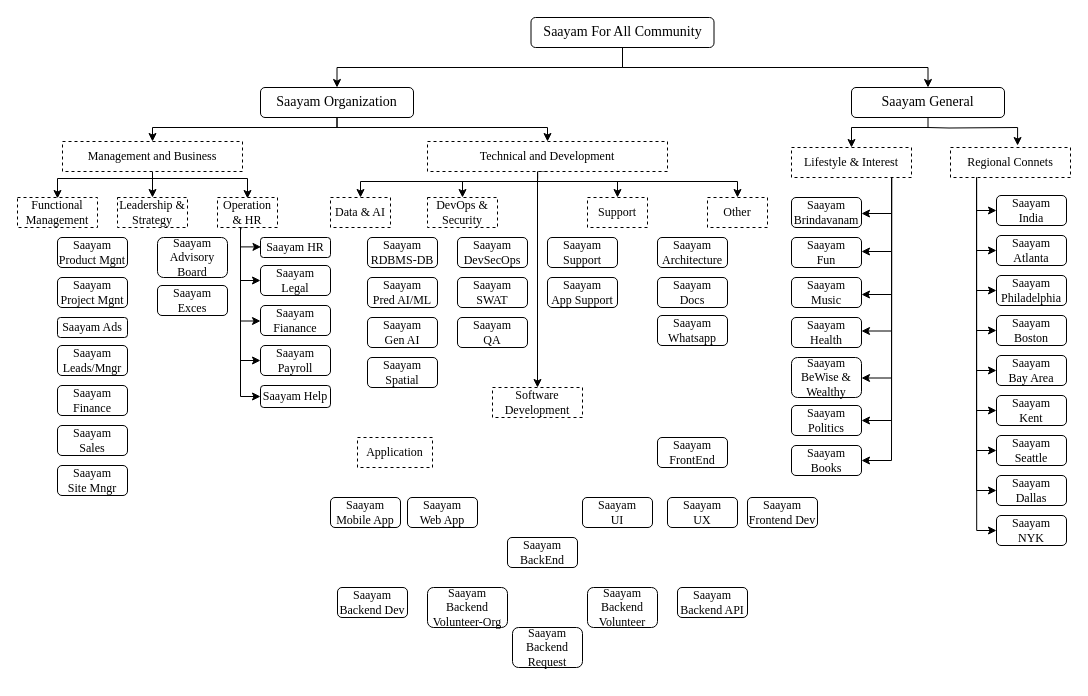
Before: Saayam.drawio in PallaviChitrada10/PallaviChitrada, a draw.io diagram. Source tidied: cells renumbered, new cells numbered last; positions are measured from the earlier drawing's top-left corner, leaving out a move shared by most shapes. Both pictures are drawn from the tidied source at 100%, with x=0, y=0 at pixel (17, 17).
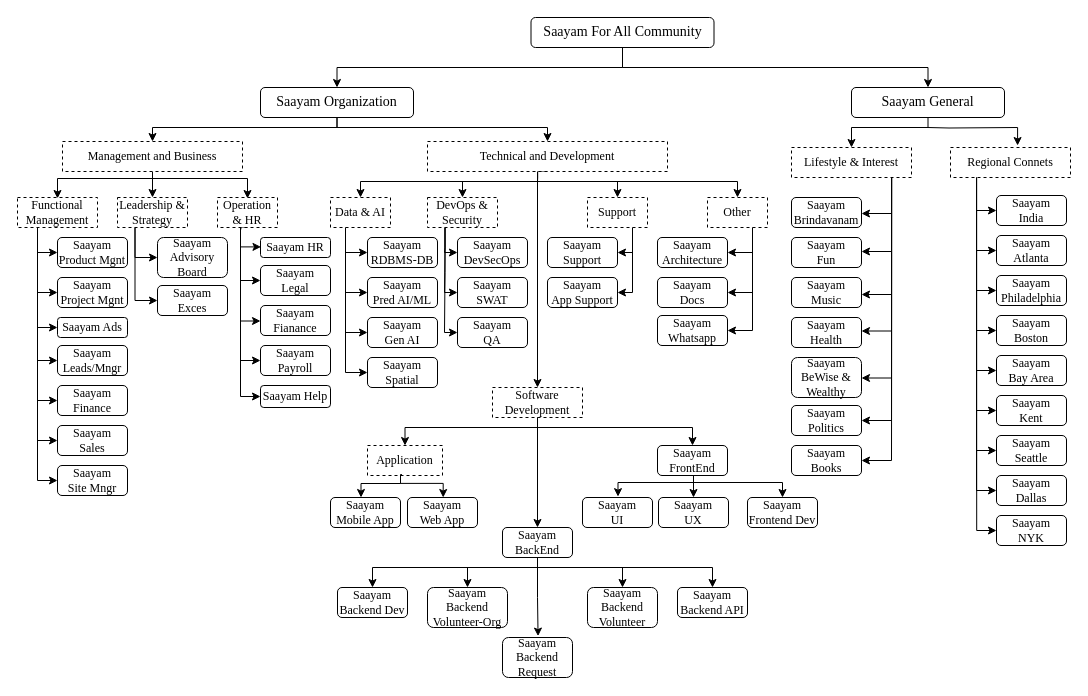
After the change.

Unchanged cells that the change refers to:
```xml
<mxCell id="13" value="Leadership &amp;amp; Strategy" style="text;html=1;align=center;verticalAlign=middle;whiteSpace=wrap;rounded=0;fontFamily=Times New Roman;labelBackgroundColor=none;fillColor=default;strokeColor=default;dashed=1;" parent="1" vertex="1">
<mxCell id="19" value="Functional Management" style="text;html=1;align=center;verticalAlign=middle;whiteSpace=wrap;rounded=0;fontFamily=Times New Roman;labelBackgroundColor=none;fillColor=default;strokeColor=default;dashed=1;" parent="1" vertex="1">
<mxCell id="20" value="Saayam&lt;br&gt;Product Mgnt" style="rounded=1;whiteSpace=wrap;html=1;fontFamily=Times New Roman;labelBackgroundColor=none;" parent="1" vertex="1">
<mxCell id="21" value="Saayam&lt;br&gt;Project Mgnt" style="rounded=1;whiteSpace=wrap;html=1;fontFamily=Times New Roman;labelBackgroundColor=none;" parent="1" vertex="1">
<mxCell id="22" value="Saayam Ads" style="rounded=1;whiteSpace=wrap;html=1;fontFamily=Times New Roman;labelBackgroundColor=none;" parent="1" vertex="1">
<mxCell id="23" value="Saayam&lt;br&gt;Leads/Mngr" style="rounded=1;whiteSpace=wrap;html=1;fontFamily=Times New Roman;labelBackgroundColor=none;" parent="1" vertex="1">
<mxCell id="24" value="Saayam&lt;br&gt;Finance" style="rounded=1;whiteSpace=wrap;html=1;fontFamily=Times New Roman;labelBackgroundColor=none;" parent="1" vertex="1">
<mxCell id="25" value="Saayam&lt;br&gt;Sales" style="rounded=1;whiteSpace=wrap;html=1;fontFamily=Times New Roman;labelBackgroundColor=none;" parent="1" vertex="1">
<mxCell id="26" value="Saayam&lt;br&gt;Site Mngr" style="rounded=1;whiteSpace=wrap;html=1;fontFamily=Times New Roman;labelBackgroundColor=none;" parent="1" vertex="1">
<mxCell id="27" value="Saayam&lt;br&gt;Advisory Board" style="rounded=1;whiteSpace=wrap;html=1;fontFamily=Times New Roman;labelBackgroundColor=none;" parent="1" vertex="1">
<mxCell id="29" value="Saayam&lt;br&gt;Exces" style="rounded=1;whiteSpace=wrap;html=1;fontFamily=Times New Roman;labelBackgroundColor=none;" parent="1" vertex="1">
<mxCell id="40" value="Saayam&lt;br&gt;Pred AI/ML" style="rounded=1;whiteSpace=wrap;html=1;fontFamily=Times New Roman;labelBackgroundColor=none;" parent="1" vertex="1">
<mxCell id="41" value="Saayam&lt;br&gt;Gen AI" style="rounded=1;whiteSpace=wrap;html=1;fontFamily=Times New Roman;labelBackgroundColor=none;" parent="1" vertex="1">
<mxCell id="42" value="Data &amp;amp; AI" style="text;html=1;align=center;verticalAlign=middle;whiteSpace=wrap;rounded=0;fontFamily=Times New Roman;labelBackgroundColor=none;fillColor=default;strokeColor=default;dashed=1;" parent="1" vertex="1">
<mxCell id="43" value="Other" style="text;html=1;align=center;verticalAlign=middle;whiteSpace=wrap;rounded=0;fontFamily=Times New Roman;labelBackgroundColor=none;fillColor=default;strokeColor=default;dashed=1;" parent="1" vertex="1">
<mxCell id="44" value="DevOps &amp;amp; Security" style="text;html=1;align=center;verticalAlign=middle;whiteSpace=wrap;rounded=0;fontFamily=Times New Roman;labelBackgroundColor=none;fillColor=default;strokeColor=default;dashed=1;" parent="1" vertex="1">
<mxCell id="45" value="Support" style="text;html=1;align=center;verticalAlign=middle;whiteSpace=wrap;rounded=0;fontFamily=Times New Roman;labelBackgroundColor=none;fillColor=default;strokeColor=default;dashed=1;" parent="1" vertex="1">
<mxCell id="46" value="Saayam&lt;br&gt;Spatial" style="rounded=1;whiteSpace=wrap;html=1;fontFamily=Times New Roman;labelBackgroundColor=none;" parent="1" vertex="1">
<mxCell id="47" value="Saayam&lt;br&gt;DevSecOps" style="rounded=1;whiteSpace=wrap;html=1;fontFamily=Times New Roman;labelBackgroundColor=none;" parent="1" vertex="1">
<mxCell id="48" value="Saayam&lt;br&gt;SWAT" style="rounded=1;whiteSpace=wrap;html=1;fontFamily=Times New Roman;labelBackgroundColor=none;" parent="1" vertex="1">
<mxCell id="49" value="Saayam&lt;br&gt;QA" style="rounded=1;whiteSpace=wrap;html=1;fontFamily=Times New Roman;labelBackgroundColor=none;" parent="1" vertex="1">
<mxCell id="50" value="Saayam&lt;br&gt;Support" style="rounded=1;whiteSpace=wrap;html=1;fontFamily=Times New Roman;labelBackgroundColor=none;" parent="1" vertex="1">
<mxCell id="51" value="Saayam&lt;br&gt;App Support" style="rounded=1;whiteSpace=wrap;html=1;fontFamily=Times New Roman;labelBackgroundColor=none;" parent="1" vertex="1">
<mxCell id="52" value="Saayam&lt;br&gt;Architecture" style="rounded=1;whiteSpace=wrap;html=1;fontFamily=Times New Roman;labelBackgroundColor=none;" parent="1" vertex="1">
<mxCell id="53" value="Saayam&lt;br&gt;Docs" style="rounded=1;whiteSpace=wrap;html=1;fontFamily=Times New Roman;labelBackgroundColor=none;" parent="1" vertex="1">
<mxCell id="54" value="Software Development" style="text;html=1;align=center;verticalAlign=middle;whiteSpace=wrap;rounded=0;fontFamily=Times New Roman;labelBackgroundColor=none;fillColor=default;strokeColor=default;dashed=1;" parent="1" vertex="1">
<mxCell id="61" value="Saayam&lt;br&gt;Backend Volunteer-Org" style="rounded=1;whiteSpace=wrap;html=1;fontFamily=Times New Roman;labelBackgroundColor=none;" parent="1" vertex="1">
<mxCell id="63" value="Saayam&lt;br&gt;Backend Volunteer" style="rounded=1;whiteSpace=wrap;html=1;fontFamily=Times New Roman;labelBackgroundColor=none;" parent="1" vertex="1">
<mxCell id="64" value="Saayam&lt;br&gt;Backend API" style="rounded=1;whiteSpace=wrap;html=1;fontFamily=Times New Roman;labelBackgroundColor=none;" parent="1" vertex="1">
<mxCell id="65" value="Saayam&lt;br&gt;UI" style="rounded=1;whiteSpace=wrap;html=1;fontFamily=Times New Roman;labelBackgroundColor=none;" parent="1" vertex="1">
<mxCell id="67" value="Saayam&lt;br&gt;Frontend Dev" style="rounded=1;whiteSpace=wrap;html=1;fontFamily=Times New Roman;labelBackgroundColor=none;" parent="1" vertex="1">
<mxCell id="96" value="Saayam&lt;br&gt;Whatsapp" style="rounded=1;whiteSpace=wrap;html=1;fontFamily=Times New Roman;labelBackgroundColor=none;" parent="1" vertex="1">
```

Change to the diagram source:
```diff
@@
+    <mxCell id="107" style="edgeStyle=orthogonalEdgeStyle;rounded=0;jettySize=auto;html=1;exitX=0.25;exitY=1;exitDx=0;exitDy=0;entryX=0;entryY=0.5;entryDx=0;entryDy=0;" parent="1" edge="1" source="13" target="29">
+      <mxGeometry relative="1" as="geometry" />
+    </mxCell>
+    <mxCell id="108" style="edgeStyle=orthogonalEdgeStyle;rounded=0;jettySize=auto;html=1;exitX=0.25;exitY=1;exitDx=0;exitDy=0;entryX=0;entryY=0.5;entryDx=0;entryDy=0;" parent="1" edge="1" source="13" target="27">
+      <mxGeometry relative="1" as="geometry">
+        <Array as="points">
+          <mxPoint x="117" y="240" />
+        </Array>
+      </mxGeometry>
+    </mxCell>
@@
+    <mxCell id="109" style="edgeStyle=orthogonalEdgeStyle;rounded=0;jettySize=auto;html=1;exitX=0.25;exitY=1;exitDx=0;exitDy=0;entryX=0;entryY=0.5;entryDx=0;entryDy=0;" parent="1" edge="1" source="19" target="26">
+      <mxGeometry relative="1" as="geometry" />
+    </mxCell>
+    <mxCell id="110" style="edgeStyle=orthogonalEdgeStyle;rounded=0;jettySize=auto;html=1;exitX=0.25;exitY=1;exitDx=0;exitDy=0;entryX=0;entryY=0.5;entryDx=0;entryDy=0;" parent="1" edge="1" source="19" target="25">
+      <mxGeometry relative="1" as="geometry" />
+    </mxCell>
+    <mxCell id="111" style="edgeStyle=orthogonalEdgeStyle;rounded=0;jettySize=auto;html=1;exitX=0.25;exitY=1;exitDx=0;exitDy=0;entryX=0;entryY=0.5;entryDx=0;entryDy=0;" parent="1" edge="1" source="19" target="24">
+      <mxGeometry relative="1" as="geometry" />
+    </mxCell>
+    <mxCell id="112" style="edgeStyle=orthogonalEdgeStyle;rounded=0;jettySize=auto;html=1;exitX=0.25;exitY=1;exitDx=0;exitDy=0;entryX=0;entryY=0.5;entryDx=0;entryDy=0;" parent="1" edge="1" source="19" target="23">
+      <mxGeometry relative="1" as="geometry" />
+    </mxCell>
+    <mxCell id="113" style="edgeStyle=orthogonalEdgeStyle;rounded=0;jettySize=auto;html=1;exitX=0.25;exitY=1;exitDx=0;exitDy=0;entryX=0;entryY=0.5;entryDx=0;entryDy=0;" parent="1" edge="1" source="19" target="22">
+      <mxGeometry relative="1" as="geometry" />
+    </mxCell>
+    <mxCell id="114" style="edgeStyle=orthogonalEdgeStyle;rounded=0;jettySize=auto;html=1;exitX=0.25;exitY=1;exitDx=0;exitDy=0;entryX=0;entryY=0.5;entryDx=0;entryDy=0;" parent="1" edge="1" source="19" target="21">
+      <mxGeometry relative="1" as="geometry" />
+    </mxCell>
@@
+    <mxCell id="115" style="edgeStyle=orthogonalEdgeStyle;rounded=0;jettySize=auto;html=1;exitX=0.25;exitY=1;exitDx=0;exitDy=0;entryX=0;entryY=0.5;entryDx=0;entryDy=0;" parent="1" edge="1" source="42" target="46">
+      <mxGeometry relative="1" as="geometry" />
+    </mxCell>
+    <mxCell id="116" style="edgeStyle=orthogonalEdgeStyle;rounded=0;jettySize=auto;html=1;exitX=0.25;exitY=1;exitDx=0;exitDy=0;entryX=0;entryY=0.5;entryDx=0;entryDy=0;" parent="1" edge="1" source="42" target="41">
+      <mxGeometry relative="1" as="geometry" />
+    </mxCell>
+    <mxCell id="117" style="edgeStyle=orthogonalEdgeStyle;rounded=0;jettySize=auto;html=1;exitX=0.25;exitY=1;exitDx=0;exitDy=0;" parent="1" edge="1" source="42">
+      <mxGeometry relative="1" as="geometry">
+        <mxPoint x="350" y="235" as="targetPoint" />
+        <Array as="points">
+          <mxPoint x="328" y="235" />
+          <mxPoint x="350" y="235" />
+        </Array>
+      </mxGeometry>
+    </mxCell>
+    <mxCell id="118" style="edgeStyle=orthogonalEdgeStyle;rounded=0;jettySize=auto;html=1;exitX=0.25;exitY=1;exitDx=0;exitDy=0;entryX=0;entryY=0.5;entryDx=0;entryDy=0;" parent="1" edge="1" source="42" target="40">
+      <mxGeometry relative="1" as="geometry" />
+    </mxCell>
@@
+    <mxCell id="119" style="edgeStyle=orthogonalEdgeStyle;rounded=0;jettySize=auto;html=1;exitX=0.75;exitY=1;exitDx=0;exitDy=0;entryX=1;entryY=0.5;entryDx=0;entryDy=0;" parent="1" edge="1" source="43" target="52">
+      <mxGeometry relative="1" as="geometry">
+        <Array as="points">
+          <mxPoint x="735" y="235" />
+        </Array>
+      </mxGeometry>
+    </mxCell>
+    <mxCell id="120" style="edgeStyle=orthogonalEdgeStyle;rounded=0;jettySize=auto;html=1;exitX=0.75;exitY=1;exitDx=0;exitDy=0;entryX=1;entryY=0.5;entryDx=0;entryDy=0;" parent="1" edge="1" source="43" target="53">
+      <mxGeometry relative="1" as="geometry" />
+    </mxCell>
+    <mxCell id="121" style="edgeStyle=orthogonalEdgeStyle;rounded=0;jettySize=auto;html=1;exitX=0.75;exitY=1;exitDx=0;exitDy=0;entryX=1;entryY=0.5;entryDx=0;entryDy=0;" parent="1" edge="1" source="43" target="96">
+      <mxGeometry relative="1" as="geometry" />
+    </mxCell>
@@
+    <mxCell id="122" style="edgeStyle=orthogonalEdgeStyle;rounded=0;jettySize=auto;html=1;exitX=0.25;exitY=1;exitDx=0;exitDy=0;entryX=0;entryY=0.5;entryDx=0;entryDy=0;" parent="1" edge="1" source="44" target="47">
+      <mxGeometry relative="1" as="geometry">
+        <Array as="points">
+          <mxPoint x="427" y="230" />
+          <mxPoint x="427" y="235" />
+        </Array>
+      </mxGeometry>
+    </mxCell>
+    <mxCell id="123" style="edgeStyle=orthogonalEdgeStyle;rounded=0;jettySize=auto;html=1;exitX=0.25;exitY=1;exitDx=0;exitDy=0;entryX=0;entryY=0.5;entryDx=0;entryDy=0;" parent="1" edge="1" source="44" target="48">
+      <mxGeometry relative="1" as="geometry">
+        <Array as="points">
+          <mxPoint x="427" y="235" />
+          <mxPoint x="427" y="275" />
+        </Array>
+      </mxGeometry>
+    </mxCell>
+    <mxCell id="124" style="edgeStyle=orthogonalEdgeStyle;rounded=0;jettySize=auto;html=1;exitX=0.25;exitY=1;exitDx=0;exitDy=0;entryX=0;entryY=0.5;entryDx=0;entryDy=0;" parent="1" edge="1" source="44" target="49">
+      <mxGeometry relative="1" as="geometry">
+        <Array as="points">
+          <mxPoint x="427" y="255" />
+          <mxPoint x="427" y="315" />
+        </Array>
+      </mxGeometry>
+    </mxCell>
@@
+    <mxCell id="125" style="edgeStyle=orthogonalEdgeStyle;rounded=0;jettySize=auto;html=1;exitX=0.75;exitY=1;exitDx=0;exitDy=0;entryX=1;entryY=0.5;entryDx=0;entryDy=0;" parent="1" edge="1" source="45" target="50">
+      <mxGeometry relative="1" as="geometry">
+        <Array as="points">
+          <mxPoint x="615" y="235" />
+        </Array>
+      </mxGeometry>
+    </mxCell>
+    <mxCell id="126" style="edgeStyle=orthogonalEdgeStyle;rounded=0;jettySize=auto;html=1;exitX=0.75;exitY=1;exitDx=0;exitDy=0;entryX=1;entryY=0.5;entryDx=0;entryDy=0;" parent="1" edge="1" source="45" target="51">
+      <mxGeometry relative="1" as="geometry">
+        <Array as="points">
+          <mxPoint x="615" y="275" />
+        </Array>
+      </mxGeometry>
+    </mxCell>
@@
+    <mxCell id="127" style="edgeStyle=orthogonalEdgeStyle;rounded=0;jettySize=auto;html=1;exitX=0.5;exitY=1;exitDx=0;exitDy=0;entryX=0.5;entryY=0;entryDx=0;entryDy=0;" parent="1" edge="1" source="54" target="55">
+      <mxGeometry relative="1" as="geometry">
+        <Array as="points">
+          <mxPoint x="520" y="410" />
+          <mxPoint x="388" y="410" />
+          <mxPoint x="388" y="428" />
+        </Array>
+      </mxGeometry>
+    </mxCell>
+    <mxCell id="128" style="edgeStyle=orthogonalEdgeStyle;rounded=0;jettySize=auto;html=1;exitX=0.5;exitY=1;exitDx=0;exitDy=0;entryX=0.5;entryY=0;entryDx=0;entryDy=0;" parent="1" edge="1" source="54" target="59">
+      <mxGeometry relative="1" as="geometry">
+        <Array as="points">
+          <mxPoint x="520" y="410" />
+          <mxPoint x="675" y="410" />
+        </Array>
+      </mxGeometry>
+    </mxCell>
@@
+    <mxCell id="129" style="edgeStyle=orthogonalEdgeStyle;rounded=0;orthogonalLoop=1;jettySize=auto;html=1;exitX=0.5;exitY=1;exitDx=0;exitDy=0;" parent="1" edge="1">
+      <mxGeometry relative="1" as="geometry">
+        <mxPoint x="383" y="454" as="sourcePoint" />
+        <mxPoint x="343.5" y="480" as="targetPoint" />
+        <Array as="points">
+          <mxPoint x="383.5" y="466" />
+          <mxPoint x="343.5" y="466" />
+        </Array>
+      </mxGeometry>
+    </mxCell>
     <mxCell id="55" value="Application" style="text;html=1;align=center;verticalAlign=middle;whiteSpace=wrap;rounded=0;fontFamily=Times New Roman;labelBackgroundColor=none;fillColor=default;strokeColor=default;dashed=1;" parent="1" vertex="1">
-      <mxGeometry x="340" y="420" width="75" height="30" as="geometry" />
+      <mxGeometry x="350" y="428" width="75" height="30" as="geometry" />
     </mxCell>
@@
+    <mxCell id="130" style="edgeStyle=orthogonalEdgeStyle;rounded=0;jettySize=auto;html=1;exitX=0.5;exitY=1;exitDx=0;exitDy=0;entryX=0.5;entryY=0;entryDx=0;entryDy=0;" parent="1" edge="1" source="58" target="61">
+      <mxGeometry relative="1" as="geometry">
+        <Array as="points">
+          <mxPoint x="520" y="550" />
+          <mxPoint x="450" y="550" />
+        </Array>
+      </mxGeometry>
+    </mxCell>
+    <mxCell id="131" style="edgeStyle=orthogonalEdgeStyle;rounded=0;jettySize=auto;html=1;exitX=0.5;exitY=1;exitDx=0;exitDy=0;entryX=0.5;entryY=0;entryDx=0;entryDy=0;" parent="1" edge="1" source="58" target="63">
+      <mxGeometry relative="1" as="geometry">
+        <Array as="points">
+          <mxPoint x="520" y="550" />
+          <mxPoint x="605" y="550" />
+        </Array>
+      </mxGeometry>
+    </mxCell>
+    <mxCell id="132" style="edgeStyle=orthogonalEdgeStyle;rounded=0;jettySize=auto;html=1;exitX=0.5;exitY=1;exitDx=0;exitDy=0;entryX=0.5;entryY=0;entryDx=0;entryDy=0;" parent="1" edge="1" source="58" target="64">
+      <mxGeometry relative="1" as="geometry">
+        <Array as="points">
+          <mxPoint x="520" y="550" />
+          <mxPoint x="695" y="550" />
+        </Array>
+      </mxGeometry>
+    </mxCell>
     <mxCell id="58" value="Saayam&lt;br&gt;BackEnd" style="rounded=1;whiteSpace=wrap;html=1;fontFamily=Times New Roman;labelBackgroundColor=none;" parent="1" vertex="1">
-      <mxGeometry x="490" y="520" width="70" height="30" as="geometry" />
+      <mxGeometry x="485" y="510" width="70" height="30" as="geometry" />
     </mxCell>
+    <mxCell id="133" style="edgeStyle=orthogonalEdgeStyle;rounded=0;jettySize=auto;html=1;entryX=0.507;entryY=-0.028;entryDx=0;entryDy=0;entryPerimeter=0;" parent="1" edge="1" target="65">
+      <mxGeometry relative="1" as="geometry">
+        <mxPoint x="676" y="465" as="sourcePoint" />
+        <Array as="points">
+          <mxPoint x="676" y="465" />
+          <mxPoint x="600" y="465" />
+          <mxPoint x="600" y="479" />
+        </Array>
+      </mxGeometry>
+    </mxCell>
+    <mxCell id="134" style="edgeStyle=orthogonalEdgeStyle;rounded=0;jettySize=auto;html=1;entryX=0.5;entryY=0;entryDx=0;entryDy=0;" parent="1" edge="1" target="67">
+      <mxGeometry relative="1" as="geometry">
+        <mxPoint x="676.5" y="465" as="sourcePoint" />
+        <Array as="points">
+          <mxPoint x="765" y="465" />
+        </Array>
+      </mxGeometry>
+    </mxCell>
     <mxCell id="59" value="Saayam&lt;br&gt;FrontEnd" style="rounded=1;whiteSpace=wrap;html=1;fontFamily=Times New Roman;labelBackgroundColor=none;" parent="1" vertex="1">
-      <mxGeometry x="640" y="420" width="70" height="30" as="geometry" />
+      <mxGeometry x="640" y="428" width="70" height="30" as="geometry" />
     </mxCell>
@@
     <mxCell id="62" value="Saayam&lt;br&gt;Backend Request" style="rounded=1;whiteSpace=wrap;html=1;fontFamily=Times New Roman;labelBackgroundColor=none;" parent="1" vertex="1">
-      <mxGeometry x="495" y="610" width="70" height="40" as="geometry" />
+      <mxGeometry x="485" y="620" width="70" height="40" as="geometry" />
     </mxCell>
@@
     <mxCell id="66" value="Saayam&lt;br&gt;UX" style="rounded=1;whiteSpace=wrap;html=1;fontFamily=Times New Roman;labelBackgroundColor=none;" parent="1" vertex="1">
-      <mxGeometry x="650" y="480" width="70" height="30" as="geometry" />
+      <mxGeometry x="641" y="480" width="70" height="30" as="geometry" />
     </mxCell>
@@
+    <mxCell id="135" style="edgeStyle=orthogonalEdgeStyle;rounded=0;jettySize=auto;html=1;exitX=0.25;exitY=1;exitDx=0;exitDy=0;entryX=0;entryY=0.5;entryDx=0;entryDy=0;" parent="1" edge="1" source="19" target="20">
+      <mxGeometry relative="1" as="geometry">
+        <Array as="points">
+          <mxPoint x="20" y="235" />
+        </Array>
+      </mxGeometry>
+    </mxCell>
+    <mxCell id="136" style="edgeStyle=orthogonalEdgeStyle;rounded=0;orthogonalLoop=1;jettySize=auto;html=1;exitX=0.525;exitY=0.936;exitDx=0;exitDy=0;entryX=0.581;entryY=-0.03;entryDx=0;entryDy=0;entryPerimeter=0;exitPerimeter=0;" parent="1" edge="1">
+      <mxGeometry relative="1" as="geometry">
+        <mxPoint x="384.4" y="457" as="sourcePoint" />
+        <mxPoint x="425.7" y="480" as="targetPoint" />
+        <Array as="points">
+          <mxPoint x="383" y="456.9" />
+          <mxPoint x="383" y="465.9" />
+          <mxPoint x="426" y="465.9" />
+        </Array>
+      </mxGeometry>
+    </mxCell>
+    <mxCell id="137" style="edgeStyle=orthogonalEdgeStyle;rounded=0;jettySize=auto;html=1;exitX=0.5;exitY=1;exitDx=0;exitDy=0;entryX=0.5;entryY=0;entryDx=0;entryDy=0;" parent="1" edge="1" source="59" target="66">
+      <mxGeometry relative="1" as="geometry" />
+    </mxCell>
+    <mxCell id="138" style="edgeStyle=orthogonalEdgeStyle;rounded=0;orthogonalLoop=1;jettySize=auto;html=1;" parent="1" edge="1">
+      <mxGeometry relative="1" as="geometry">
+        <mxPoint x="520" y="400" as="sourcePoint" />
+        <mxPoint x="520" y="510" as="targetPoint" />
+      </mxGeometry>
+    </mxCell>
+    <mxCell id="139" style="edgeStyle=orthogonalEdgeStyle;rounded=0;jettySize=auto;html=1;entryX=0.508;entryY=-0.035;entryDx=0;entryDy=0;entryPerimeter=0;" parent="1" edge="1" source="58" target="62">
+      <mxGeometry relative="1" as="geometry" />
+    </mxCell>
+    <mxCell id="140" style="edgeStyle=orthogonalEdgeStyle;rounded=0;orthogonalLoop=1;jettySize=auto;html=1;exitX=0.5;exitY=1;exitDx=0;exitDy=0;entryX=0.429;entryY=0;entryDx=0;entryDy=0;entryPerimeter=0;" parent="1" edge="1">
+      <mxGeometry relative="1" as="geometry">
+        <mxPoint x="525" y="540" as="sourcePoint" />
+        <mxPoint x="355" y="570" as="targetPoint" />
+        <Array as="points">
+          <mxPoint x="520" y="540" />
+          <mxPoint x="520" y="550" />
+          <mxPoint x="355" y="550" />
+        </Array>
+      </mxGeometry>
+    </mxCell>
```
